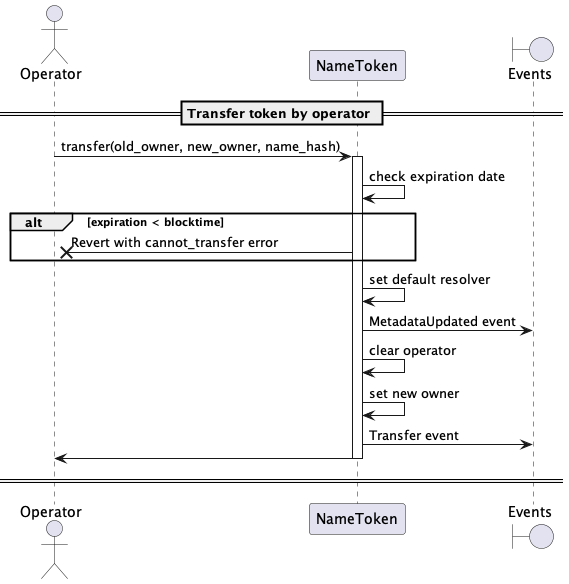
Above: docs/sequence-diagrams/puml/transfer-from-domain.png in make-software/cspr-name-contracts (PlantUML), before the change. The source it was exported from:
```plantuml
@startuml

actor Operator
participant "NameToken"
boundary "Events"

== Transfer token by operator ==

Operator -> NameToken: transfer(old_owner, new_owner, name_hash)
activate NameToken
NameToken -> NameToken: check expiration date
alt expiration < blocktime
    NameToken ->X Operator: Revert with cannot_transfer error
end
NameToken -> NameToken: set default resolver
NameToken -> "Events": MetadataUpdated event
NameToken -> NameToken: clear operator
NameToken -> NameToken : set new owner
NameToken -> "Events": Transfer event
NameToken -> Operator
deactivate NameToken

== ==

@enduml
```
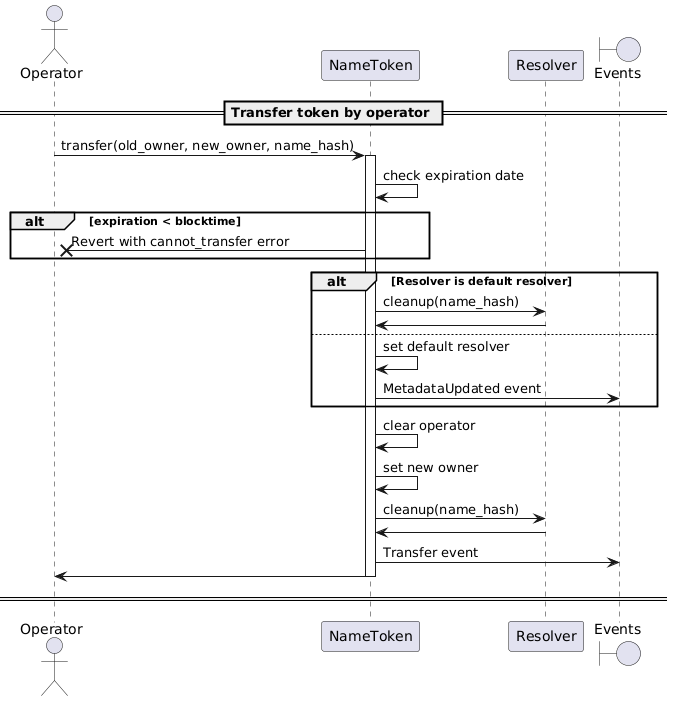
Above is the later version.

What changed in the source:
```diff
@@ -2,6 +2,7 @@
 
 actor Operator
 participant "NameToken"
+participant "Resolver"
 boundary "Events"
 
 == Transfer token by operator ==
@@ -12,10 +13,17 @@
 alt expiration < blocktime
     NameToken ->X Operator: Revert with cannot_transfer error
 end
-NameToken -> NameToken: set default resolver
-NameToken -> "Events": MetadataUpdated event
+alt Resolver is default resolver
+    NameToken -> Resolver: cleanup(name_hash)
+    Resolver -> NameToken:
+else
+    NameToken -> NameToken : set default resolver
+    NameToken -> "Events": MetadataUpdated event
+end
 NameToken -> NameToken: clear operator
 NameToken -> NameToken : set new owner
+NameToken -> Resolver: cleanup(name_hash)
+Resolver -> NameToken:
 NameToken -> "Events": Transfer event
 NameToken -> Operator
 deactivate NameToken
```
